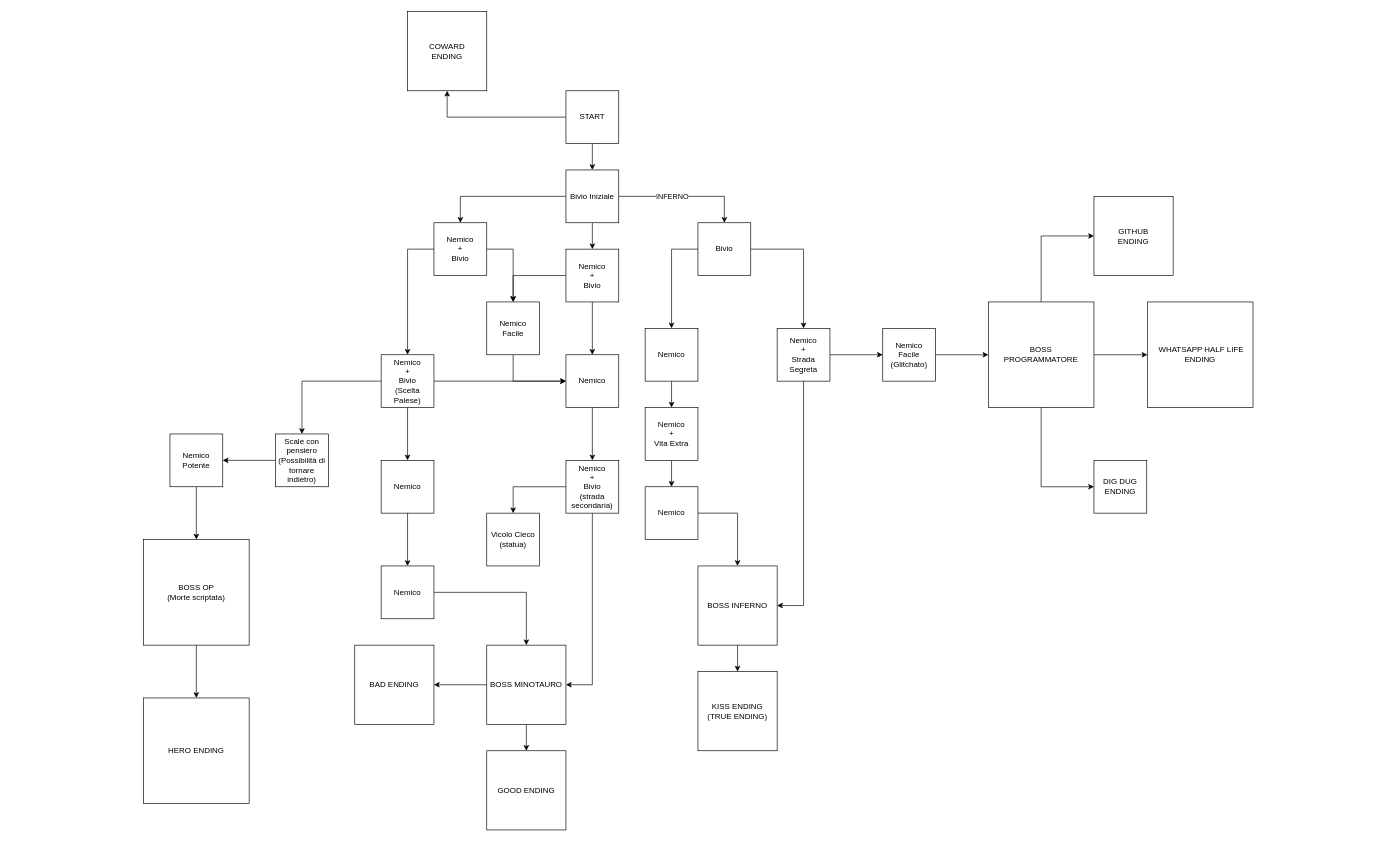
This is Documenti/Mappa First Fantasy.drawio from ANDERPIG36/First-Fantasy, a draw.io file, before an edit. Source tidied: cells renumbered, new cells numbered last; positions are measured from the earlier drawing's top-left corner, leaving out a move shared by most shapes. Both pictures are drawn from the tidied source at 66%, with x=0, y=0 at pixel (143, 11).
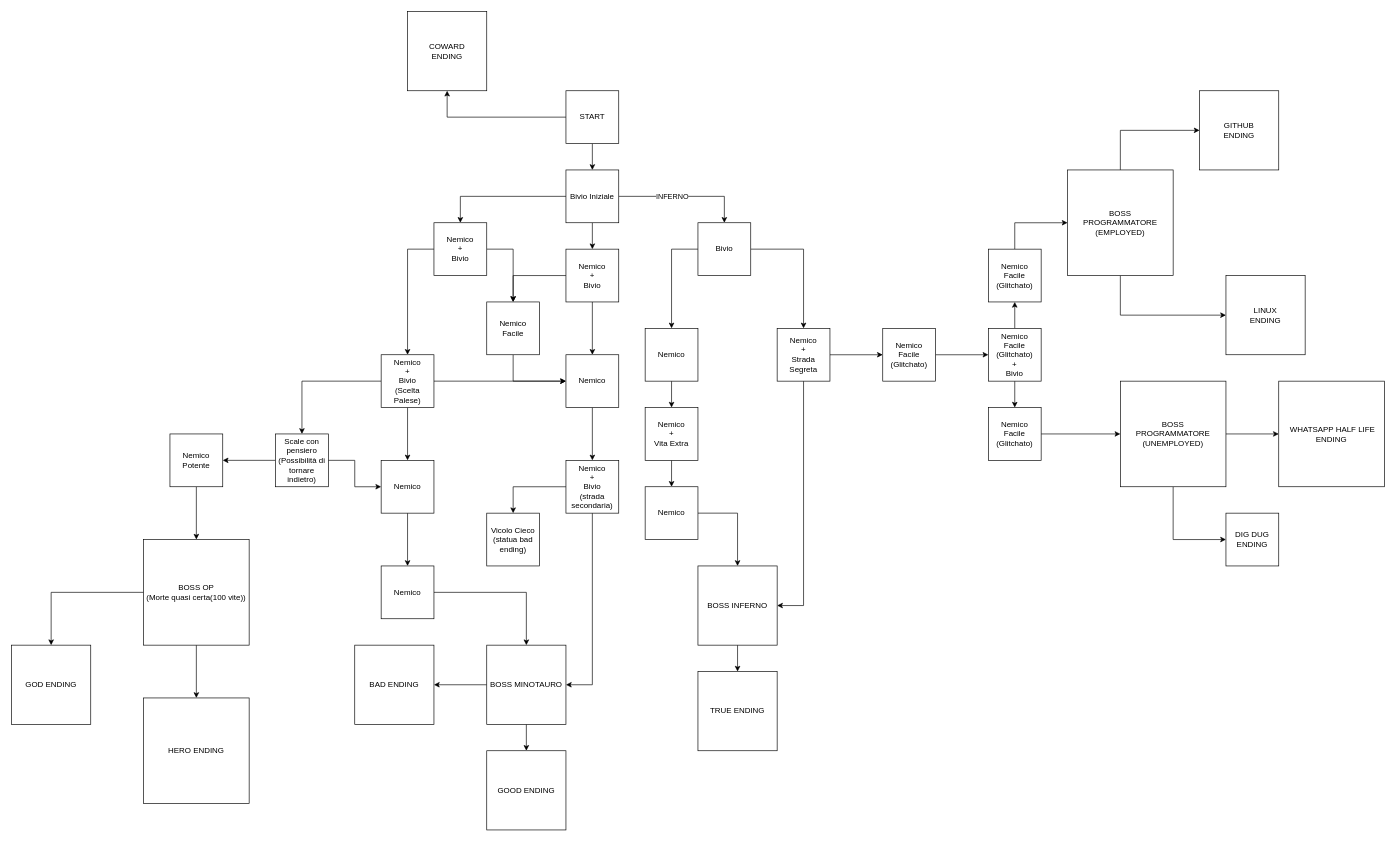
The same diagram, later.

Commit message:
aggiornata la mappa

Unchanged cells that the change refers to:
```xml
<mxCell id="33" value="Nemico" style="whiteSpace=wrap;html=1;" parent="1" vertex="1">
  <mxGeometry x="360" y="680" width="80" height="80" as="geometry" />
</mxCell>
<mxCell id="42" value="Nemico&lt;div&gt;Facile&lt;/div&gt;&lt;div&gt;(Glitchato)&lt;/div&gt;" style="whiteSpace=wrap;html=1;" parent="1" vertex="1">
  <mxGeometry x="1120" y="480" width="80" height="80" as="geometry" />
</mxCell>
<mxCell id="51" value="Scale con pensiero&lt;div&gt;(Possibilità di tornare indietro)&lt;/div&gt;" style="whiteSpace=wrap;html=1;" parent="1" vertex="1">
  <mxGeometry x="200" y="640" width="80" height="80" as="geometry" />
</mxCell>
```

Diff of the diagram source:
```diff
@@
-    <mxCell id="9" value="START" style="whiteSpace=wrap;html=1;fillColor=light-dark(#FFFFFF,#66FF66);" parent="1" vertex="1">
+    <mxCell id="9" value="START" style="whiteSpace=wrap;html=1;fillColor=light-dark(#FFFFFF,#33FF33);" parent="1" vertex="1">
       <mxGeometry x="640" y="120" width="80" height="80" as="geometry" />
     </mxCell>
@@
-    <mxCell id="40" value="&lt;div&gt;KISS ENDING&lt;/div&gt;&lt;div&gt;(TRUE ENDING)&lt;/div&gt;" style="whiteSpace=wrap;html=1;fillColor=light-dark(#FFFFFF,#FF66B3);" parent="1" vertex="1">
+    <mxCell id="40" value="&lt;div&gt;TRUE ENDING&lt;/div&gt;" style="whiteSpace=wrap;html=1;fillColor=light-dark(#FFFFFF,#FF66B3);" parent="1" vertex="1">
       <mxGeometry x="840" y="1000" width="120" height="120" as="geometry" />
     </mxCell>
-    <mxCell id="41" style="edgeStyle=orthogonalEdgeStyle;rounded=0;jettySize=auto;html=1;entryX=0;entryY=0.5;entryDx=0;entryDy=0;" parent="1" edge="1" source="42" target="46">
-      <mxGeometry relative="1" as="geometry" />
-    </mxCell>
+    <mxCell id="69" style="edgeStyle=orthogonalEdgeStyle;rounded=0;jettySize=auto;html=1;" parent="1" edge="1" source="42" target="74">
+      <mxGeometry relative="1" as="geometry" />
+    </mxCell>
@@
-    <mxCell id="43" style="edgeStyle=orthogonalEdgeStyle;rounded=0;jettySize=auto;html=1;" parent="1" edge="1" source="46" target="47">
-      <mxGeometry relative="1" as="geometry">
-        <Array as="points">
-          <mxPoint x="1360" y="340" />
-        </Array>
-      </mxGeometry>
-    </mxCell>
@@
     <mxCell id="45" style="edgeStyle=orthogonalEdgeStyle;rounded=0;jettySize=auto;html=1;" parent="1" edge="1" source="46" target="49">
       <mxGeometry relative="1" as="geometry">
         <Array as="points">
-          <mxPoint x="1360" y="720" />
+          <mxPoint x="1560" y="800" />
         </Array>
       </mxGeometry>
     </mxCell>
-    <mxCell id="46" value="BOSS&lt;br&gt;PROGRAMMATORE" style="whiteSpace=wrap;html=1;direction=east;fillColor=light-dark(#FFFFFF,#000066);" parent="1" vertex="1">
-      <mxGeometry x="1280" y="440" width="160" height="160" as="geometry" />
+    <mxCell id="46" value="BOSS&lt;br&gt;PROGRAMMATORE&lt;br&gt;(UNEMPLOYED)" style="whiteSpace=wrap;html=1;direction=east;fillColor=light-dark(#FFFFFF,#000066);" parent="1" vertex="1">
+      <mxGeometry x="1480" y="560" width="160" height="160" as="geometry" />
     </mxCell>
     <mxCell id="47" value="GITHUB&lt;div&gt;ENDING&lt;/div&gt;" style="whiteSpace=wrap;html=1;direction=east;fillColor=light-dark(#FFFFFF,#000066);" parent="1" vertex="1">
-      <mxGeometry x="1440" y="280" width="120" height="120" as="geometry" />
+      <mxGeometry x="1600" y="120" width="120" height="120" as="geometry" />
     </mxCell>
     <mxCell id="48" value="&amp;nbsp;&lt;span style=&quot;background-color: transparent; color: light-dark(rgb(0, 0, 0), rgb(255, 255, 255));&quot;&gt;WHATSAPP HALF LIFE&lt;br&gt;ENDING&lt;/span&gt;" style="whiteSpace=wrap;html=1;direction=east;fillColor=light-dark(#FFFFFF,#336600);" parent="1" vertex="1">
-      <mxGeometry x="1521" y="440" width="160" height="160" as="geometry" />
+      <mxGeometry x="1720" y="560" width="160" height="160" as="geometry" />
     </mxCell>
     <mxCell id="49" value="&lt;span style=&quot;background-color: transparent; color: light-dark(rgb(0, 0, 0), rgb(255, 255, 255));&quot;&gt;DIG DUG&lt;br&gt;ENDING&lt;/span&gt;" style="whiteSpace=wrap;html=1;direction=east;fillColor=light-dark(#FFFFFF,#FF8000);" parent="1" vertex="1">
-      <mxGeometry x="1440" y="680" width="80" height="80" as="geometry" />
+      <mxGeometry x="1640" y="760" width="80" height="80" as="geometry" />
     </mxCell>
@@
+    <mxCell id="70" style="edgeStyle=orthogonalEdgeStyle;rounded=0;jettySize=auto;html=1;" parent="1" edge="1" source="51" target="33">
+      <mxGeometry relative="1" as="geometry" />
+    </mxCell>
@@
-    <mxCell id="55" value="Vicolo Cieco&lt;div&gt;(statua)&lt;/div&gt;" style="whiteSpace=wrap;html=1;" parent="1" vertex="1">
+    <mxCell id="55" value="Vicolo Cieco&lt;div&gt;(statua bad ending)&lt;/div&gt;" style="whiteSpace=wrap;html=1;" parent="1" vertex="1">
       <mxGeometry x="520" y="760" width="80" height="80" as="geometry" />
     </mxCell>
@@
+    <mxCell id="71" style="edgeStyle=orthogonalEdgeStyle;rounded=0;jettySize=auto;html=1;" parent="1" edge="1" source="64" target="83">
+      <mxGeometry relative="1" as="geometry">
+        <Array as="points">
+          <mxPoint x="-140" y="880" />
+        </Array>
+      </mxGeometry>
+    </mxCell>
-    <mxCell id="64" value="BOSS OP&lt;div&gt;(Morte scriptata)&lt;/div&gt;" style="whiteSpace=wrap;html=1;fillColor=light-dark(#FFFFFF,#666666);" parent="1" vertex="1">
+    <mxCell id="64" value="BOSS OP&lt;div&gt;(Morte quasi certa(100 vite))&lt;/div&gt;" style="whiteSpace=wrap;html=1;fillColor=light-dark(#FFFFFF,#666666);" parent="1" vertex="1">
       <mxGeometry y="800" width="160" height="160" as="geometry" />
     </mxCell>
@@
+    <mxCell id="72" style="edgeStyle=orthogonalEdgeStyle;rounded=0;jettySize=auto;html=1;" parent="1" edge="1" source="74" target="76">
+      <mxGeometry relative="1" as="geometry" />
+    </mxCell>
+    <mxCell id="73" style="edgeStyle=orthogonalEdgeStyle;rounded=0;jettySize=auto;html=1;" parent="1" edge="1" source="74" target="78">
+      <mxGeometry relative="1" as="geometry" />
+    </mxCell>
+    <mxCell id="74" value="Nemico&lt;div&gt;Facile&lt;/div&gt;&lt;div&gt;(Glitchato)&lt;br&gt;+&lt;br&gt;Bivio&lt;/div&gt;" style="whiteSpace=wrap;html=1;" parent="1" vertex="1">
+      <mxGeometry x="1280" y="480" width="80" height="80" as="geometry" />
+    </mxCell>
+    <mxCell id="75" style="edgeStyle=orthogonalEdgeStyle;rounded=0;jettySize=auto;html=1;entryX=0;entryY=0.5;entryDx=0;entryDy=0;" parent="1" edge="1" source="76" target="81">
+      <mxGeometry relative="1" as="geometry">
+        <Array as="points">
+          <mxPoint x="1320" y="320" />
+        </Array>
+      </mxGeometry>
+    </mxCell>
+    <mxCell id="76" value="Nemico&lt;div&gt;Facile&lt;/div&gt;&lt;div&gt;(Glitchato)&lt;/div&gt;" style="whiteSpace=wrap;html=1;" parent="1" vertex="1">
+      <mxGeometry x="1280" y="360" width="80" height="80" as="geometry" />
+    </mxCell>
+    <mxCell id="77" style="edgeStyle=orthogonalEdgeStyle;rounded=0;jettySize=auto;html=1;entryX=0;entryY=0.5;entryDx=0;entryDy=0;" parent="1" edge="1" source="78" target="46">
+      <mxGeometry relative="1" as="geometry" />
+    </mxCell>
+    <mxCell id="78" value="Nemico&lt;div&gt;Facile&lt;/div&gt;&lt;div&gt;(Glitchato)&lt;/div&gt;" style="whiteSpace=wrap;html=1;" parent="1" vertex="1">
+      <mxGeometry x="1280" y="600" width="80" height="80" as="geometry" />
+    </mxCell>
+    <mxCell id="79" style="edgeStyle=orthogonalEdgeStyle;rounded=0;jettySize=auto;html=1;entryX=0;entryY=0.5;entryDx=0;entryDy=0;" parent="1" edge="1" source="81" target="47">
+      <mxGeometry relative="1" as="geometry">
+        <Array as="points">
+          <mxPoint x="1480" y="180" />
+        </Array>
+      </mxGeometry>
+    </mxCell>
+    <mxCell id="80" style="edgeStyle=orthogonalEdgeStyle;rounded=0;jettySize=auto;html=1;" parent="1" edge="1" source="81" target="82">
+      <mxGeometry relative="1" as="geometry">
+        <Array as="points">
+          <mxPoint x="1480" y="460" />
+        </Array>
+      </mxGeometry>
+    </mxCell>
+    <mxCell id="81" value="BOSS&lt;br&gt;PROGRAMMATORE&lt;br&gt;(EMPLOYED)" style="whiteSpace=wrap;html=1;direction=east;fillColor=light-dark(#FFFFFF,#000066);" parent="1" vertex="1">
+      <mxGeometry x="1400" y="240" width="160" height="160" as="geometry" />
+    </mxCell>
+    <mxCell id="82" value="LINUX&lt;br&gt;ENDING" style="whiteSpace=wrap;html=1;direction=east;fillColor=light-dark(#FFFFFF,#009999);" parent="1" vertex="1">
+      <mxGeometry x="1640" y="400" width="120" height="120" as="geometry" />
+    </mxCell>
+    <mxCell id="83" value="&lt;font style=&quot;color: light-dark(rgb(0, 0, 0), rgb(0, 0, 0));&quot;&gt;GOD ENDING&lt;/font&gt;" style="whiteSpace=wrap;html=1;fillColor=light-dark(#FFFFFF,#FFFF66);strokeColor=light-dark(#000000,#000000);" parent="1" vertex="1">
+      <mxGeometry x="-200" y="960" width="120" height="120" as="geometry" />
+    </mxCell>
```
